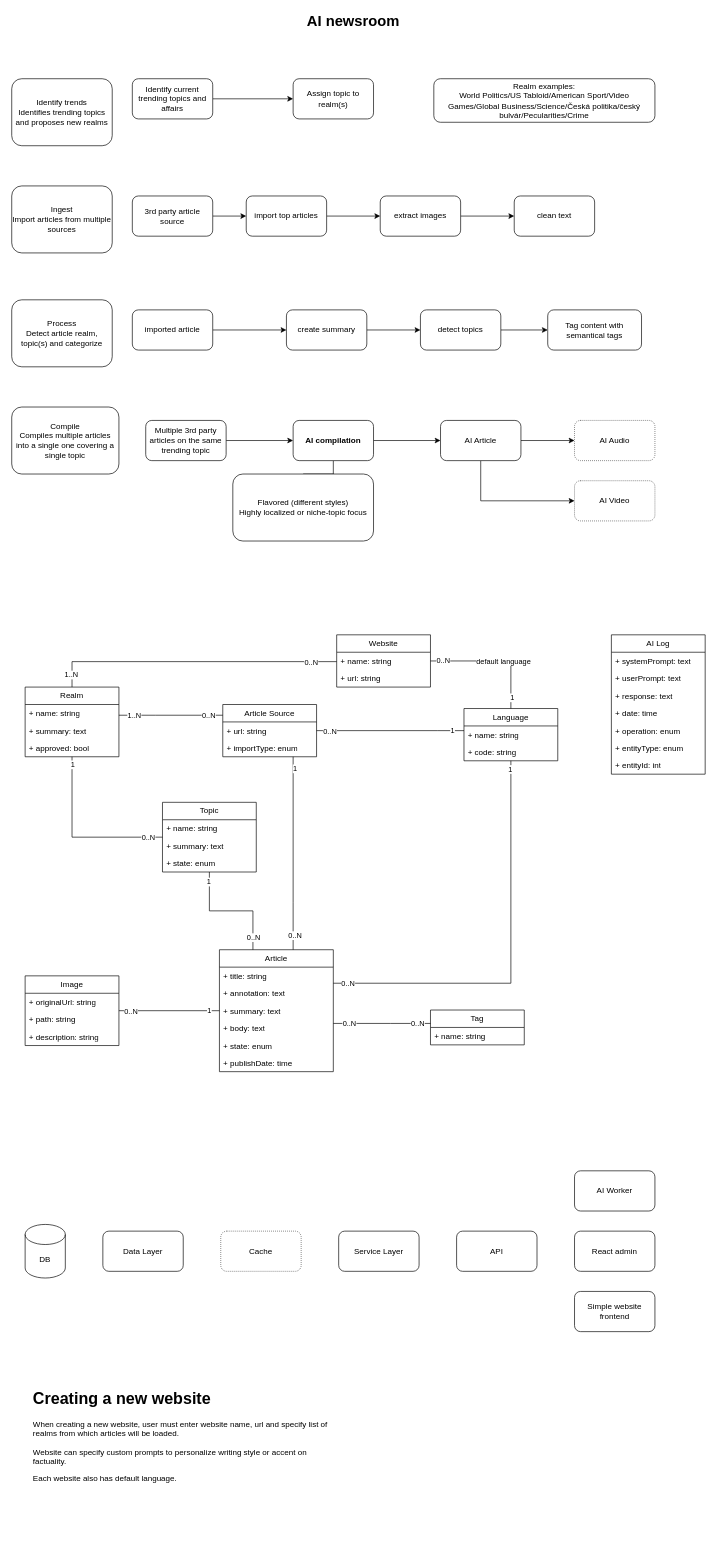
Before: doc/WorldNews.drawio in lotcz/world-news, a draw.io diagram. Source tidied: cells renumbered, new cells numbered last; positions are measured from the earlier drawing's top-left corner, leaving out a move shared by most shapes. Both pictures are drawn from the tidied source at 67%, with x=0, y=0 at pixel (11, 11).
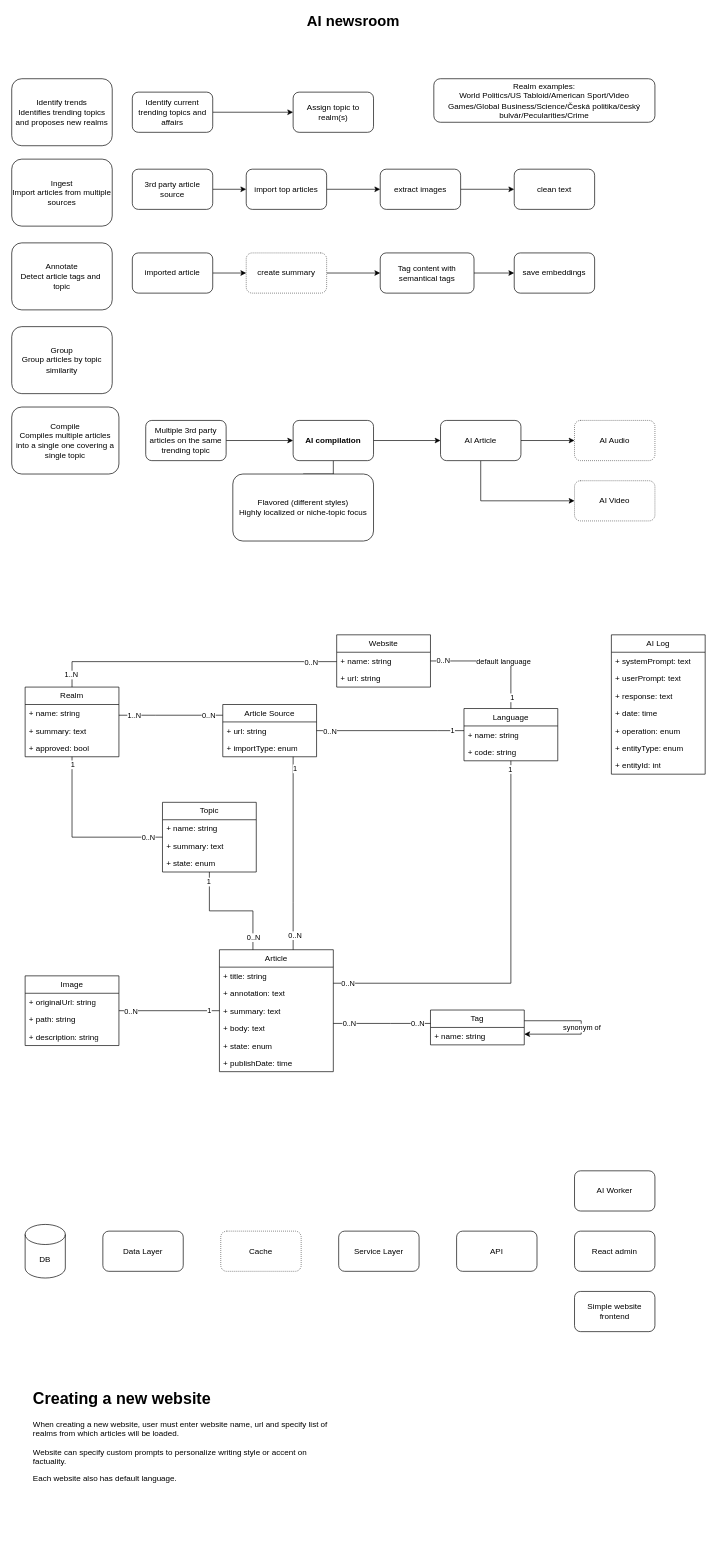
After the change.

Unchanged cells that the change refers to:
```xml
<mxCell id="90" value="Tag" style="swimlane;fontStyle=0;horizontal=1;startSize=26;fillColor=none;whiteSpace=wrap;html=1;" parent="1" vertex="1">
  <mxGeometry x="625" y="1490" width="140" height="52" as="geometry" />
</mxCell>
```

Diff of the diagram source:
```diff
@@
     <mxCell id="10" value="Identify current trending topics and affairs" style="rounded=1;whiteSpace=wrap;html=1;" parent="1" vertex="1">
-      <mxGeometry x="180" y="100" width="120" height="60" as="geometry" />
+      <mxGeometry x="180" y="120" width="120" height="60" as="geometry" />
     </mxCell>
     <mxCell id="11" value="Assign topic to realm(s)" style="rounded=1;whiteSpace=wrap;html=1;" parent="1" vertex="1">
-      <mxGeometry x="420" y="100" width="120" height="60" as="geometry" />
+      <mxGeometry x="420" y="120" width="120" height="60" as="geometry" />
     </mxCell>
@@
     <mxCell id="14" value="Ingest&lt;br&gt;&lt;div&gt;Import articles from multiple sources&lt;/div&gt;" style="rounded=1;whiteSpace=wrap;html=1;" parent="1" vertex="1">
-      <mxGeometry y="260" width="150" height="100" as="geometry" />
+      <mxGeometry y="220" width="150" height="100" as="geometry" />
     </mxCell>
@@
     <mxCell id="16" value="3rd party article source" style="rounded=1;whiteSpace=wrap;html=1;flipH=1;" parent="1" vertex="1">
-      <mxGeometry x="180" y="275" width="120" height="60" as="geometry" />
+      <mxGeometry x="180" y="235" width="120" height="60" as="geometry" />
     </mxCell>
@@
     <mxCell id="20" value="import top articles" style="rounded=1;whiteSpace=wrap;html=1;flipH=1;" parent="1" vertex="1">
-      <mxGeometry x="350" y="275" width="120" height="60" as="geometry" />
+      <mxGeometry x="350" y="235" width="120" height="60" as="geometry" />
     </mxCell>
@@
+    <mxCell id="114" style="edgeStyle=orthogonalEdgeStyle;rounded=0;jettySize=auto;html=1;" parent="1" edge="1" source="23" target="78">
+      <mxGeometry relative="1" as="geometry" />
+    </mxCell>
     <mxCell id="23" value="&lt;div&gt;Tag content with semantical tags&lt;/div&gt;" style="rounded=1;whiteSpace=wrap;html=1;" parent="1" vertex="1">
-      <mxGeometry x="800" y="445" width="140" height="60" as="geometry" />
+      <mxGeometry x="550" y="360" width="140" height="60" as="geometry" />
     </mxCell>
@@
-    <mxCell id="73" value="Process&lt;br&gt;&lt;div&gt;Detect article realm, topic(s) and categorize&lt;/div&gt;" style="rounded=1;whiteSpace=wrap;html=1;" parent="1" vertex="1">
-      <mxGeometry y="430" width="150" height="100" as="geometry" />
+    <mxCell id="73" value="Annotate&lt;br&gt;&lt;div&gt;Detect article tags and&amp;nbsp; topic&lt;/div&gt;" style="rounded=1;whiteSpace=wrap;html=1;" parent="1" vertex="1">
+      <mxGeometry y="345" width="150" height="100" as="geometry" />
     </mxCell>
@@
     <mxCell id="75" value="imported article" style="rounded=1;whiteSpace=wrap;html=1;flipH=1;" parent="1" vertex="1">
-      <mxGeometry x="180" y="445" width="120" height="60" as="geometry" />
+      <mxGeometry x="180" y="360" width="120" height="60" as="geometry" />
     </mxCell>
-    <mxCell id="76" style="edgeStyle=orthogonalEdgeStyle;rounded=0;jettySize=auto;html=1;" parent="1" edge="1" source="93" target="78">
-      <mxGeometry relative="1" as="geometry" />
-    </mxCell>
-    <mxCell id="77" style="edgeStyle=orthogonalEdgeStyle;rounded=0;jettySize=auto;html=1;" parent="1" edge="1" source="78" target="23">
-      <mxGeometry relative="1" as="geometry" />
-    </mxCell>
-    <mxCell id="78" value="detect topics" style="rounded=1;whiteSpace=wrap;html=1;flipH=1;" parent="1" vertex="1">
-      <mxGeometry x="610" y="445" width="120" height="60" as="geometry" />
+    <mxCell id="78" value="save embeddings" style="rounded=1;whiteSpace=wrap;html=1;flipH=1;" parent="1" vertex="1">
+      <mxGeometry x="750" y="360" width="120" height="60" as="geometry" />
     </mxCell>
@@
+    <mxCell id="115" style="edgeStyle=orthogonalEdgeStyle;rounded=0;jettySize=auto;html=1;" parent="1" edge="1" source="93" target="23">
+      <mxGeometry relative="1" as="geometry" />
+    </mxCell>
-    <mxCell id="93" value="create summary" style="rounded=1;whiteSpace=wrap;html=1;flipH=1;" parent="1" vertex="1">
-      <mxGeometry x="410" y="445" width="120" height="60" as="geometry" />
+    <mxCell id="93" value="create summary" style="rounded=1;whiteSpace=wrap;html=1;flipH=1;dashed=1;dashPattern=1 2;" parent="1" vertex="1">
+      <mxGeometry x="350" y="360" width="120" height="60" as="geometry" />
     </mxCell>
@@
     <mxCell id="95" value="extract images" style="rounded=1;whiteSpace=wrap;html=1;flipH=1;" parent="1" vertex="1">
-      <mxGeometry x="550" y="275" width="120" height="60" as="geometry" />
+      <mxGeometry x="550" y="235" width="120" height="60" as="geometry" />
     </mxCell>
     <mxCell id="96" value="clean text" style="rounded=1;whiteSpace=wrap;html=1;flipH=1;" parent="1" vertex="1">
-      <mxGeometry x="750" y="275" width="120" height="60" as="geometry" />
+      <mxGeometry x="750" y="235" width="120" height="60" as="geometry" />
     </mxCell>
@@
+    <mxCell id="116" style="edgeStyle=orthogonalEdgeStyle;rounded=0;orthogonalLoop=1;jettySize=auto;html=1;elbow=horizontal;" parent="1" edge="1" source="90" target="90">
+      <mxGeometry relative="1" as="geometry">
+        <Array as="points">
+          <mxPoint x="850" y="1520" />
+        </Array>
+      </mxGeometry>
+    </mxCell>
+    <mxCell id="117" value="synonym of" style="edgeLabel;html=1;align=center;verticalAlign=middle;" parent="116" vertex="1">
+      <mxGeometry x="-0.05" y="-1" relative="1" as="geometry">
+        <mxPoint x="1" y="5" as="offset" />
+      </mxGeometry>
+    </mxCell>
+    <mxCell id="118" value="Group&lt;br&gt;&lt;div&gt;Group articles by topic similarity&lt;/div&gt;" style="rounded=1;whiteSpace=wrap;html=1;" parent="1" vertex="1">
+      <mxGeometry y="470" width="150" height="100" as="geometry" />
+    </mxCell>
```
